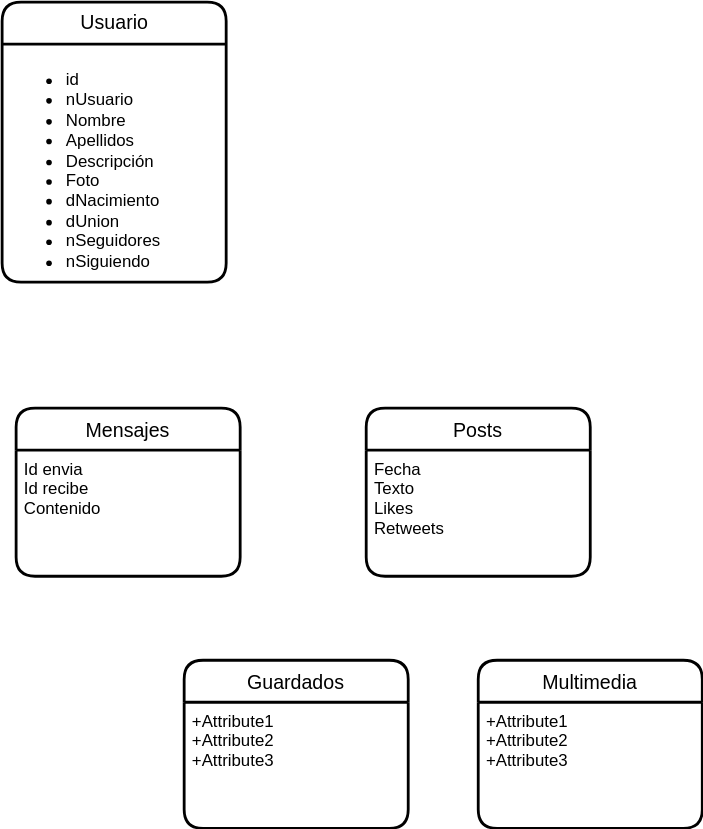
The draw.io diagram UD12-16.svg in Jimxx22/C3-UD11-UML, before a commit. Source tidied: cells renumbered, new cells last; positions are measured from the earlier drawing's top-left corner, leaving out a move shared by most shapes.
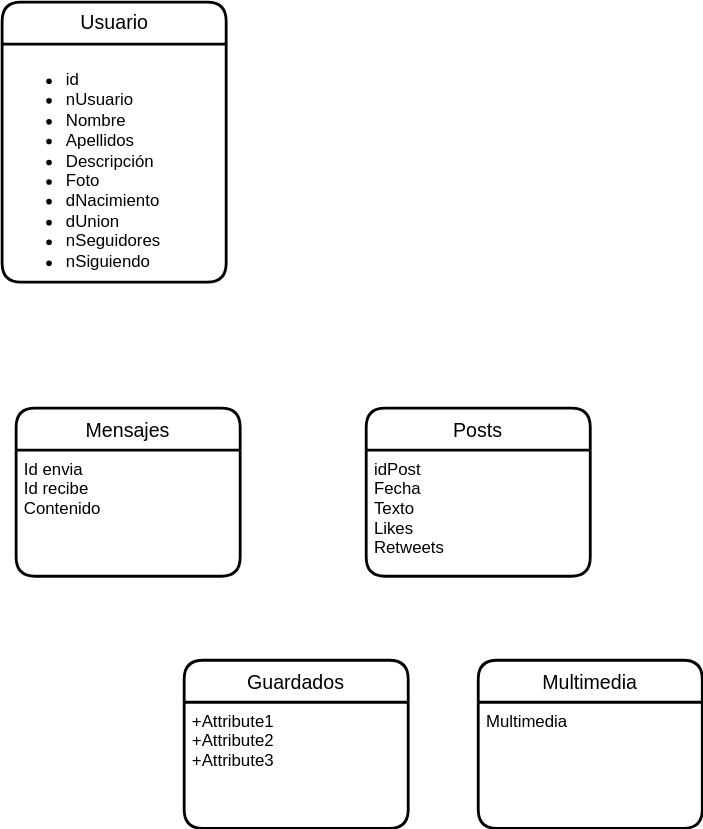
The same file after the commit.

What changed in the source:
```diff
@@ -11,7 +11,7 @@
     <mxCell id="4" value="Posts" style="swimlane;horizontal=1;startSize=30;rounded=1;fontSize=14;fontStyle=0;strokeWidth=2;shadow=0;dashed=0;align=center;" parent="1" vertex="1">
       <mxGeometry x="260" y="290" width="160" height="120" as="geometry" />
     </mxCell>
-    <mxCell id="5" value="Fecha&#10;Texto&#10;Likes&#10;Retweets&#10;" style="align=left;strokeColor=none;fillColor=none;spacingLeft=4;fontSize=12;verticalAlign=top;" parent="4" vertex="1">
+    <mxCell id="5" value="idPost&#10;Fecha&#10;Texto&#10;Likes&#10;Retweets&#10;" style="align=left;strokeColor=none;fillColor=none;spacingLeft=4;fontSize=12;verticalAlign=top;" parent="4" vertex="1">
       <mxGeometry y="30" width="160" height="90" as="geometry" />
     </mxCell>
     <mxCell id="6" value="Mensajes" style="swimlane;horizontal=1;startSize=30;rounded=1;fontSize=14;fontStyle=0;strokeWidth=2;shadow=0;dashed=0;align=center;" parent="1" vertex="1">
@@ -29,7 +29,7 @@
     <mxCell id="10" value="Multimedia" style="swimlane;horizontal=1;startSize=30;rounded=1;fontSize=14;fontStyle=0;strokeWidth=2;shadow=0;dashed=0;align=center;" parent="1" vertex="1">
       <mxGeometry x="340" y="470" width="160" height="120" as="geometry" />
     </mxCell>
-    <mxCell id="11" value="+Attribute1&#10;+Attribute2&#10;+Attribute3" style="align=left;strokeColor=none;fillColor=none;spacingLeft=4;fontSize=12;verticalAlign=top;" parent="10" vertex="1">
+    <mxCell id="11" value="Multimedia" style="align=left;strokeColor=none;fillColor=none;spacingLeft=4;fontSize=12;verticalAlign=top;" parent="10" vertex="1">
       <mxGeometry y="30" width="160" height="90" as="geometry" />
     </mxCell>
   </root>
```
